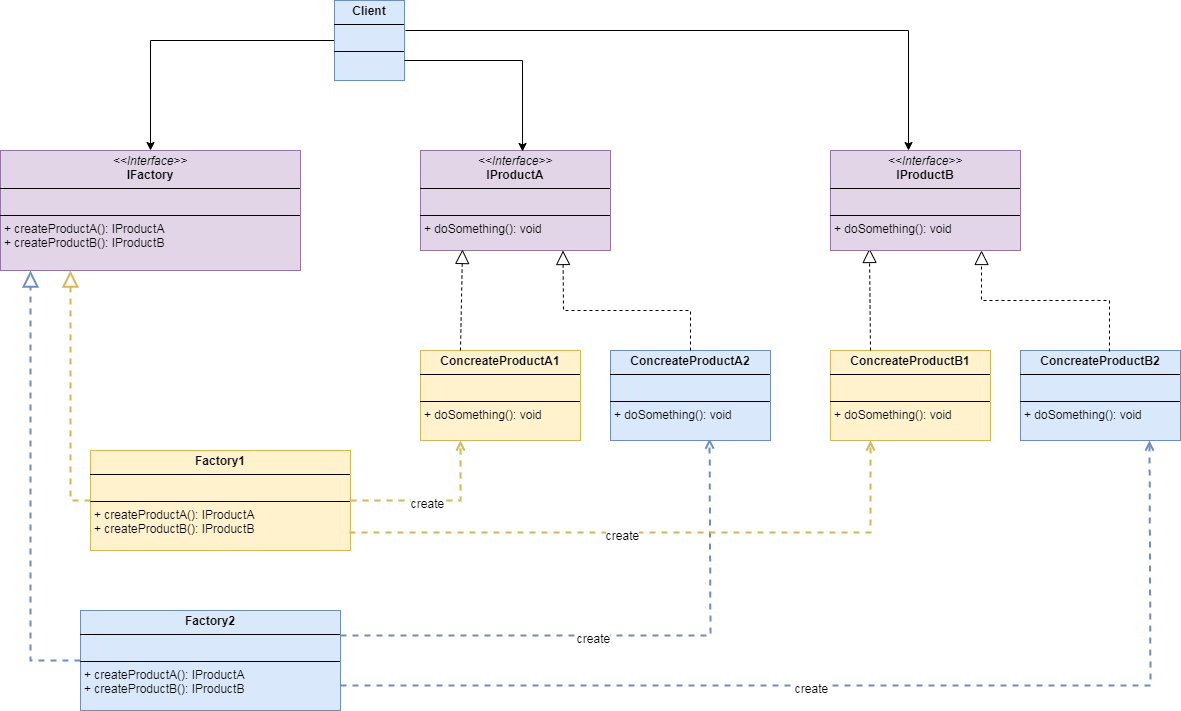
The draw.io diagram assets/pictures/design-patterns/Pattern-Abstract-Factory.drawio.png in sustamp/sustamp.github.io, before a commit. Source tidied: cells renumbered, new cells last; positions are measured from the earlier drawing's top-left corner, leaving out a move shared by most shapes.
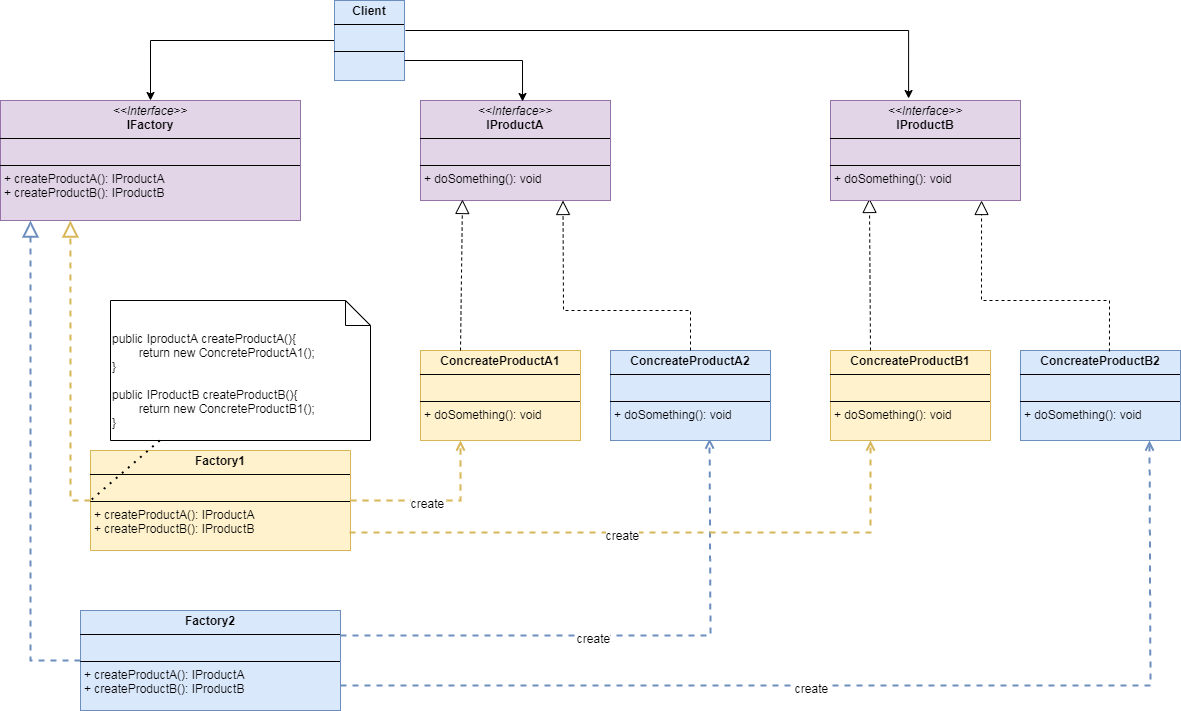
The same diagram one commit later.

Commit message:
上传设计模式类图-抽象工厂模式

Diff of the diagram source:
```diff
@@ -3,7 +3,7 @@
     <mxCell id="0" />
     <mxCell id="1" parent="0" />
     <mxCell id="2" value="&lt;p style=&quot;margin:0px;margin-top:4px;text-align:center;&quot;&gt;&lt;i&gt;&amp;lt;&amp;lt;Interface&amp;gt;&amp;gt;&lt;/i&gt;&lt;br&gt;&lt;b&gt;IProductA&lt;/b&gt;&lt;/p&gt;&lt;hr size=&quot;1&quot; style=&quot;border-style:solid;&quot;&gt;&lt;p style=&quot;margin:0px;margin-left:4px;&quot;&gt;&lt;br&gt;&lt;/p&gt;&lt;hr size=&quot;1&quot; style=&quot;border-style:solid;&quot;&gt;&lt;p style=&quot;margin:0px;margin-left:4px;&quot;&gt;+ doSomething(): void&lt;br&gt;&lt;/p&gt;" style="verticalAlign=top;align=left;overflow=fill;html=1;whiteSpace=wrap;fillColor=#e1d5e7;strokeColor=#9673a6;" parent="1" vertex="1">
-      <mxGeometry x="420" y="150" width="190" height="100" as="geometry" />
+      <mxGeometry x="420" y="100" width="190" height="100" as="geometry" />
     </mxCell>
     <mxCell id="3" value="&lt;p style=&quot;margin:0px;margin-top:4px;text-align:center;&quot;&gt;&lt;b&gt;ConcreateProductA1&lt;/b&gt;&lt;br&gt;&lt;/p&gt;&lt;hr size=&quot;1&quot; style=&quot;border-style:solid;&quot;&gt;&lt;p style=&quot;margin:0px;margin-left:4px;&quot;&gt;&lt;br&gt;&lt;/p&gt;&lt;hr size=&quot;1&quot; style=&quot;border-style:solid;&quot;&gt;&lt;p style=&quot;margin: 0px 0px 0px 4px;&quot;&gt;&lt;span style=&quot;background-color: initial;&quot;&gt;+ doSomething(): void&lt;/span&gt;&lt;br&gt;&lt;/p&gt;" style="verticalAlign=top;align=left;overflow=fill;html=1;whiteSpace=wrap;fillColor=#fff2cc;strokeColor=#d6b656;" parent="1" vertex="1">
       <mxGeometry x="420" y="350" width="160" height="90" as="geometry" />
@@ -18,7 +18,7 @@
       <mxGeometry x="90" y="450" width="260" height="100" as="geometry" />
     </mxCell>
     <mxCell id="7" value="&lt;p style=&quot;margin:0px;margin-top:4px;text-align:center;&quot;&gt;&lt;i&gt;&amp;lt;&amp;lt;Interface&amp;gt;&amp;gt;&lt;/i&gt;&lt;br&gt;&lt;b&gt;IFactory&lt;/b&gt;&lt;/p&gt;&lt;hr size=&quot;1&quot; style=&quot;border-style:solid;&quot;&gt;&lt;p style=&quot;margin:0px;margin-left:4px;&quot;&gt;&lt;br&gt;&lt;/p&gt;&lt;hr size=&quot;1&quot; style=&quot;border-style:solid;&quot;&gt;&lt;p style=&quot;margin:0px;margin-left:4px;&quot;&gt;+ createProductA(): IProductA&lt;br&gt;&lt;/p&gt;&lt;p style=&quot;margin:0px;margin-left:4px;&quot;&gt;+ createProductB(): IProductB&lt;/p&gt;" style="verticalAlign=top;align=left;overflow=fill;html=1;whiteSpace=wrap;fillColor=#e1d5e7;strokeColor=#9673a6;" parent="1" vertex="1">
-      <mxGeometry y="150" width="300" height="120" as="geometry" />
+      <mxGeometry y="100" width="300" height="120" as="geometry" />
     </mxCell>
     <mxCell id="8" value="&lt;p style=&quot;margin: 4px 0px 0px; text-align: center;&quot;&gt;&lt;b&gt;Factory2&lt;/b&gt;&lt;/p&gt;&lt;hr size=&quot;1&quot; style=&quot;border-style:solid;&quot;&gt;&lt;p style=&quot;margin:0px;margin-left:4px;&quot;&gt;&lt;br&gt;&lt;/p&gt;&lt;hr size=&quot;1&quot; style=&quot;border-style:solid;&quot;&gt;&lt;p style=&quot;margin: 0px 0px 0px 4px;&quot;&gt;+ createProductA(): IProductA&lt;br&gt;&lt;/p&gt;&lt;p style=&quot;margin: 0px 0px 0px 4px;&quot;&gt;+ createProductB(): IProductB&lt;/p&gt;" style="verticalAlign=top;align=left;overflow=fill;html=1;whiteSpace=wrap;fillColor=#dae8fc;strokeColor=#6c8ebf;" parent="1" vertex="1">
       <mxGeometry x="80" y="610" width="260" height="100" as="geometry" />
@@ -78,9 +78,8 @@
     <mxCell id="18" style="endArrow=block;dashed=1;endFill=0;endSize=12;html=1;rounded=0;exitX=0.25;exitY=0;exitDx=0;exitDy=0;entryX=0.205;entryY=0.98;entryDx=0;entryDy=0;entryPerimeter=0;" parent="1" edge="1" source="4" target="25">
       <mxGeometry relative="1" as="geometry" />
     </mxCell>
-    <mxCell id="19" style="edgeStyle=orthogonalEdgeStyle;rounded=0;jettySize=auto;html=1;entryX=0.537;entryY=0.01;entryDx=0;entryDy=0;entryPerimeter=0;exitX=1.014;exitY=0.375;exitDx=0;exitDy=0;exitPerimeter=0;" parent="1" edge="1" source="16">
+    <mxCell id="19" style="edgeStyle=orthogonalEdgeStyle;rounded=0;jettySize=auto;html=1;entryX=0.411;entryY=-0.02;entryDx=0;entryDy=0;entryPerimeter=0;exitX=1.014;exitY=0.375;exitDx=0;exitDy=0;exitPerimeter=0;" parent="1" edge="1" source="16" target="25">
       <mxGeometry relative="1" as="geometry">
-        <mxPoint x="908" y="150" as="targetPoint" />
         <Array as="points">
           <mxPoint x="908" y="30" />
         </Array>
@@ -102,7 +101,7 @@
     </mxCell>
     <mxCell id="23" style="endArrow=block;dashed=1;endFill=0;endSize=12;html=1;rounded=0;exitX=0.556;exitY=0.011;exitDx=0;exitDy=0;exitPerimeter=0;" parent="1" edge="1" source="25">
       <mxGeometry relative="1" as="geometry">
-        <mxPoint x="967" y="240" as="targetPoint" />
+        <mxPoint x="967" y="200" as="targetPoint" />
       </mxGeometry>
     </mxCell>
     <mxCell id="24" style="endArrow=block;dashed=1;endFill=0;endSize=12;html=1;rounded=0;exitX=0.556;exitY=0.011;exitDx=0;exitDy=0;exitPerimeter=0;entryX=0.795;entryY=1;entryDx=0;entryDy=0;entryPerimeter=0;" parent="1" edge="1" source="21" target="25">
@@ -114,7 +113,7 @@
       </mxGeometry>
     </mxCell>
     <mxCell id="25" value="&lt;p style=&quot;margin:0px;margin-top:4px;text-align:center;&quot;&gt;&lt;i&gt;&amp;lt;&amp;lt;Interface&amp;gt;&amp;gt;&lt;/i&gt;&lt;br&gt;&lt;b&gt;IProductB&lt;/b&gt;&lt;/p&gt;&lt;hr size=&quot;1&quot; style=&quot;border-style:solid;&quot;&gt;&lt;p style=&quot;margin:0px;margin-left:4px;&quot;&gt;&lt;br&gt;&lt;/p&gt;&lt;hr size=&quot;1&quot; style=&quot;border-style:solid;&quot;&gt;&lt;p style=&quot;margin:0px;margin-left:4px;&quot;&gt;+ doSomething(): void&lt;br&gt;&lt;/p&gt;" style="verticalAlign=top;align=left;overflow=fill;html=1;whiteSpace=wrap;fillColor=#e1d5e7;strokeColor=#9673a6;" parent="1" vertex="1">
-      <mxGeometry x="830" y="150" width="190" height="100" as="geometry" />
+      <mxGeometry x="830" y="100" width="190" height="100" as="geometry" />
     </mxCell>
     <mxCell id="26" style="html=1;verticalAlign=bottom;labelBackgroundColor=none;endArrow=open;endFill=0;dashed=1;rounded=0;exitX=0.996;exitY=0.82;exitDx=0;exitDy=0;entryX=0.25;entryY=1;entryDx=0;entryDy=0;exitPerimeter=0;fillColor=#fff2cc;strokeColor=#d6b656;strokeWidth=2;" parent="1" edge="1" source="6" target="4">
       <mxGeometry relative="1" as="geometry">
@@ -141,5 +140,11 @@
         <mxPoint y="1" as="offset" />
       </mxGeometry>
     </mxCell>
+    <mxCell id="30" value="public IproductA createProductA(){&lt;div&gt;&lt;span style=&quot;white-space: pre;&quot;&gt;&#9;&lt;/span&gt;return new ConcreteProductA1();&lt;br&gt;&lt;/div&gt;&lt;div&gt;}&lt;/div&gt;&lt;div&gt;&lt;br&gt;&lt;/div&gt;&lt;div&gt;public IProductB createProductB(){&lt;/div&gt;&lt;div&gt;&lt;span style=&quot;white-space: pre;&quot;&gt;&#9;&lt;/span&gt;return new ConcreteProductB1();&lt;br&gt;&lt;/div&gt;&lt;div&gt;}&lt;/div&gt;" style="shape=note2;boundedLbl=1;whiteSpace=wrap;html=1;size=25;verticalAlign=top;align=left;" parent="1" vertex="1">
+      <mxGeometry x="110" y="300" width="260" height="140" as="geometry" />
+    </mxCell>
+    <mxCell id="31" style="endArrow=none;dashed=1;html=1;dashPattern=1 3;strokeWidth=2;rounded=0;entryX=0;entryY=0.5;entryDx=0;entryDy=0;" parent="1" edge="1" source="30" target="6">
+      <mxGeometry relative="1" as="geometry" />
+    </mxCell>
   </root>
 </mxGraphModel>
```
